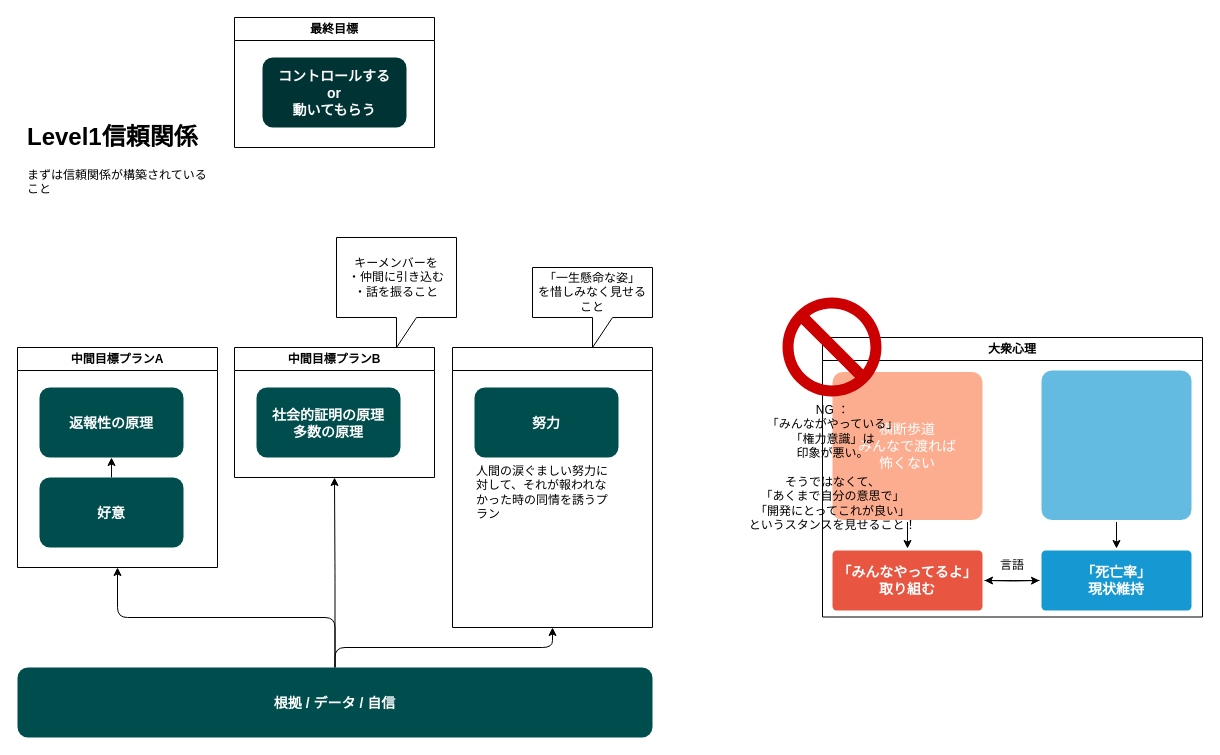
Above: examples/SRE.drawio in minegishirei/psy_drawio (draw.io), before the change. Source tidied: cells renumbered, new cells numbered last; positions are measured from the earlier drawing's top-left corner, leaving out a move shared by most shapes. Both pictures are drawn from the tidied source at 100%, with x=0, y=0 at pixel (17, 17).
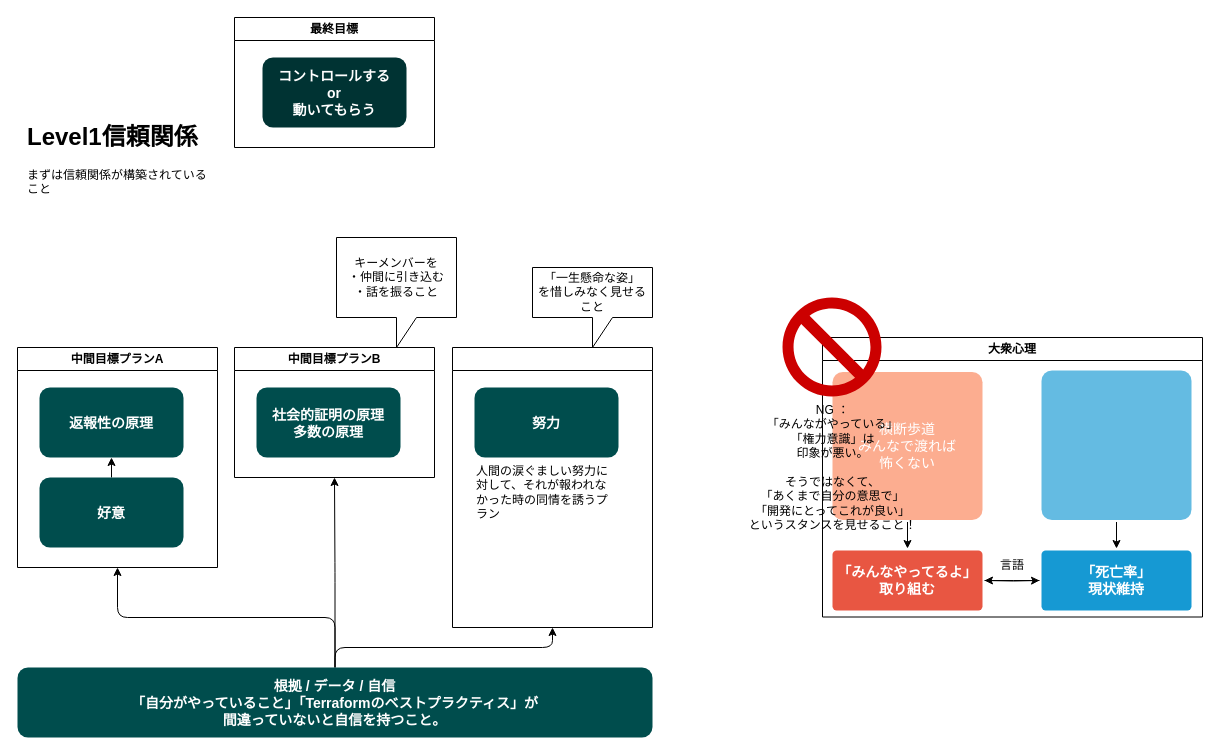
The same page after the edit.

The edit, as a diff of the source:
```diff
@@
-    <mxCell id="30" value="根拠 / データ / 自信" style="rounded=1;fillColor=#004D4D;strokeColor=none;shadow=0;gradientColor=none;fontStyle=1;fontColor=#FFFFFF;fontSize=14;" parent="1" vertex="1">
+    <mxCell id="30" value="根拠 / データ / 自信&#10;「自分がやっていること」「Terraformのベストプラクティス」が&#10;間違っていないと自信を持つこと。" style="rounded=1;fillColor=#004D4D;strokeColor=none;shadow=0;gradientColor=none;fontStyle=1;fontColor=#FFFFFF;fontSize=14;" parent="1" vertex="1">
       <mxGeometry y="650" width="635" height="70" as="geometry" />
     </mxCell>
```
